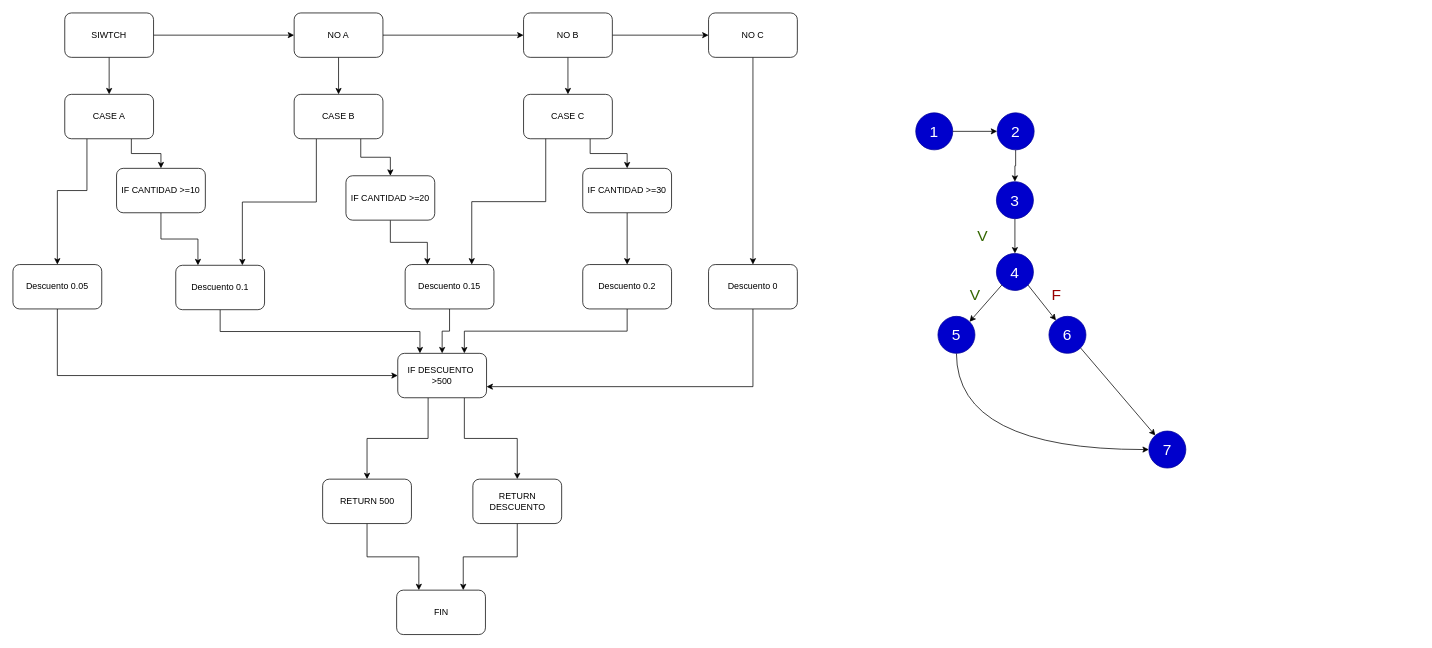
The draw.io diagram Diagrama SWITCH.drawio in JamartinezSanAlberto/Diagramas, before the edit. Source tidied: cells renumbered, new cells numbered last; positions are measured from the earlier drawing's top-left corner, leaving out a move shared by most shapes. Both pictures are drawn from the tidied source at 74%, with x=0, y=0 at pixel (13, 13).
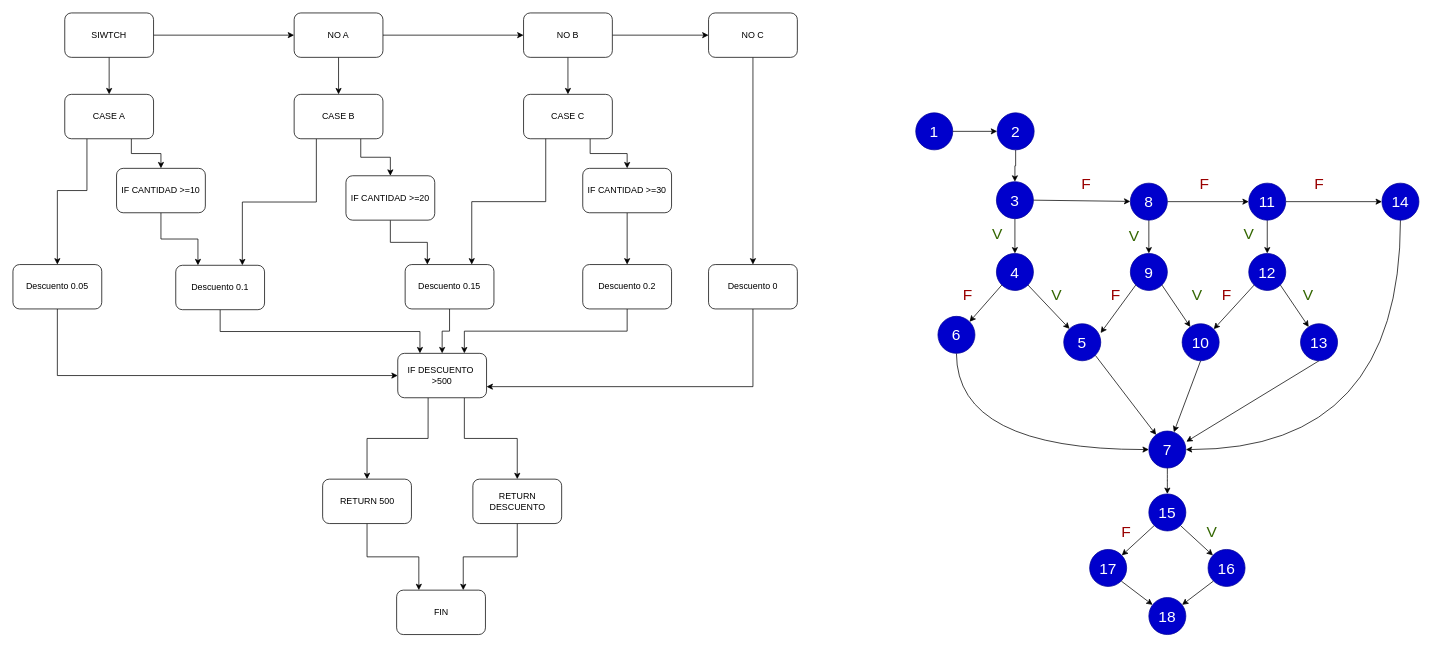
Above is the later version.

Unchanged cells that the change refers to:
```xml
<mxCell id="51" value="&lt;font color=&quot;#ffffff&quot; style=&quot;font-size: 21px;&quot;&gt;3&lt;/font&gt;" style="ellipse;whiteSpace=wrap;html=1;strokeColor=#000099;fillColor=#0000CC;fontSize=21;fontColor=#FFFFFF;" parent="1" vertex="1">
  <mxGeometry x="1329" y="228" width="50" height="50" as="geometry" />
</mxCell>
<mxCell id="61" value="&lt;font color=&quot;#ffffff&quot; style=&quot;font-size: 21px;&quot;&gt;7&lt;/font&gt;" style="ellipse;whiteSpace=wrap;html=1;strokeColor=#000099;fillColor=#0000CC;fontSize=21;fontColor=#FFFFFF;" parent="1" vertex="1">
  <mxGeometry x="1535" y="565" width="50" height="50" as="geometry" />
</mxCell>
```

Change to the diagram source:
```diff
@@
+    <mxCell id="63" style="rounded=0;jettySize=auto;html=1;exitX=1;exitY=0.5;exitDx=0;exitDy=0;" parent="1" edge="1" source="51" target="67">
+      <mxGeometry relative="1" as="geometry" />
+    </mxCell>
@@
-    <mxCell id="56" value="&lt;font color=&quot;#ffffff&quot; style=&quot;font-size: 21px;&quot;&gt;5&lt;/font&gt;" style="ellipse;whiteSpace=wrap;html=1;strokeColor=#000099;fillColor=#0000CC;fontSize=21;fontColor=#FFFFFF;" parent="1" vertex="1">
+    <mxCell id="56" value="&lt;font color=&quot;#ffffff&quot; style=&quot;font-size: 21px;&quot;&gt;6&lt;/font&gt;" style="ellipse;whiteSpace=wrap;html=1;strokeColor=#000099;fillColor=#0000CC;fontSize=21;fontColor=#FFFFFF;" parent="1" vertex="1">
       <mxGeometry x="1250" y="410" width="50" height="50" as="geometry" />
     </mxCell>
@@
-    <mxCell id="58" value="&lt;font color=&quot;#ffffff&quot; style=&quot;font-size: 21px;&quot;&gt;6&lt;/font&gt;" style="ellipse;whiteSpace=wrap;html=1;strokeColor=#000099;fillColor=#0000CC;fontSize=21;fontColor=#FFFFFF;" parent="1" vertex="1">
-      <mxGeometry x="1400" y="410" width="50" height="50" as="geometry" />
+    <mxCell id="58" value="&lt;font color=&quot;#ffffff&quot; style=&quot;font-size: 21px;&quot;&gt;5&lt;/font&gt;" style="ellipse;whiteSpace=wrap;html=1;strokeColor=#000099;fillColor=#0000CC;fontSize=21;fontColor=#FFFFFF;" parent="1" vertex="1">
+      <mxGeometry x="1420" y="420" width="50" height="50" as="geometry" />
     </mxCell>
     <mxCell id="59" value="&lt;font color=&quot;#336600&quot;&gt;V&lt;/font&gt;" style="text;html=1;align=center;verticalAlign=middle;strokeColor=none;fillColor=none;fontSize=21;fontColor=#FFFFFF;" parent="1" vertex="1">
-      <mxGeometry x="1280" y="361" width="40" height="40" as="geometry" />
+      <mxGeometry x="1390" y="360" width="40" height="40" as="geometry" />
     </mxCell>
     <mxCell id="60" value="&lt;font color=&quot;#990000&quot;&gt;F&lt;/font&gt;" style="text;html=1;align=center;verticalAlign=middle;strokeColor=none;fillColor=none;fontSize=21;fontColor=#336600;" parent="1" vertex="1">
-      <mxGeometry x="1390" y="360" width="40" height="40" as="geometry" />
+      <mxGeometry x="1270" y="360" width="40" height="40" as="geometry" />
     </mxCell>
+    <mxCell id="64" style="edgeStyle=orthogonalEdgeStyle;curved=1;rounded=0;jettySize=auto;html=1;exitX=0.5;exitY=1;exitDx=0;exitDy=0;" parent="1" edge="1" source="61" target="94">
+      <mxGeometry relative="1" as="geometry" />
+    </mxCell>
@@
     <mxCell id="62" value="&lt;font color=&quot;#336600&quot;&gt;V&lt;/font&gt;" style="text;html=1;align=center;verticalAlign=middle;strokeColor=none;fillColor=none;fontSize=21;fontColor=#FFFFFF;" parent="1" vertex="1">
-      <mxGeometry x="1290" y="280" width="40" height="40" as="geometry" />
+      <mxGeometry x="1310" y="278" width="40" height="40" as="geometry" />
     </mxCell>
+    <mxCell id="65" style="edgeStyle=none;rounded=0;jettySize=auto;html=1;exitX=0.5;exitY=1;exitDx=0;exitDy=0;" parent="1" edge="1" source="67" target="70">
+      <mxGeometry relative="1" as="geometry" />
+    </mxCell>
+    <mxCell id="66" style="edgeStyle=none;rounded=0;jettySize=auto;html=1;exitX=1;exitY=0.5;exitDx=0;exitDy=0;" parent="1" edge="1" source="67" target="78">
+      <mxGeometry relative="1" as="geometry" />
+    </mxCell>
+    <mxCell id="67" value="&lt;font color=&quot;#ffffff&quot; style=&quot;font-size: 21px;&quot;&gt;8&lt;/font&gt;" style="ellipse;whiteSpace=wrap;html=1;strokeColor=#000099;fillColor=#0000CC;fontSize=21;fontColor=#FFFFFF;" parent="1" vertex="1">
+      <mxGeometry x="1510" y="230" width="50" height="50" as="geometry" />
+    </mxCell>
+    <mxCell id="68" style="edgeStyle=none;rounded=0;jettySize=auto;html=1;exitX=0;exitY=1;exitDx=0;exitDy=0;entryX=0.997;entryY=0.251;entryDx=0;entryDy=0;entryPerimeter=0;" parent="1" edge="1" source="70" target="58">
+      <mxGeometry relative="1" as="geometry" />
+    </mxCell>
+    <mxCell id="69" style="edgeStyle=none;rounded=0;jettySize=auto;html=1;exitX=1;exitY=1;exitDx=0;exitDy=0;" parent="1" edge="1" source="70" target="73">
+      <mxGeometry relative="1" as="geometry" />
+    </mxCell>
+    <mxCell id="70" value="&lt;font color=&quot;#ffffff&quot; style=&quot;font-size: 21px;&quot;&gt;9&lt;/font&gt;" style="ellipse;whiteSpace=wrap;html=1;strokeColor=#000099;fillColor=#0000CC;fontSize=21;fontColor=#FFFFFF;" parent="1" vertex="1">
+      <mxGeometry x="1510" y="325" width="50" height="50" as="geometry" />
+    </mxCell>
+    <mxCell id="71" value="&lt;font color=&quot;#990000&quot;&gt;F&lt;/font&gt;" style="text;html=1;align=center;verticalAlign=middle;strokeColor=none;fillColor=none;fontSize=21;fontColor=#336600;" parent="1" vertex="1">
+      <mxGeometry x="1470" y="361" width="40" height="40" as="geometry" />
+    </mxCell>
+    <mxCell id="72" style="edgeStyle=none;rounded=0;jettySize=auto;html=1;exitX=0.5;exitY=1;exitDx=0;exitDy=0;" parent="1" edge="1" source="73" target="61">
+      <mxGeometry relative="1" as="geometry" />
+    </mxCell>
+    <mxCell id="73" value="&lt;font color=&quot;#ffffff&quot; style=&quot;font-size: 21px;&quot;&gt;10&lt;/font&gt;" style="ellipse;whiteSpace=wrap;html=1;strokeColor=#000099;fillColor=#0000CC;fontSize=21;fontColor=#FFFFFF;" parent="1" vertex="1">
+      <mxGeometry x="1580" y="420" width="50" height="50" as="geometry" />
+    </mxCell>
+    <mxCell id="74" value="&lt;font color=&quot;#336600&quot;&gt;V&lt;/font&gt;" style="text;html=1;align=center;verticalAlign=middle;strokeColor=none;fillColor=none;fontSize=21;fontColor=#FFFFFF;" parent="1" vertex="1">
+      <mxGeometry x="1580" y="361" width="40" height="40" as="geometry" />
+    </mxCell>
+    <mxCell id="75" value="&lt;font color=&quot;#990000&quot;&gt;F&lt;/font&gt;" style="text;html=1;align=center;verticalAlign=middle;strokeColor=none;fillColor=none;fontSize=21;fontColor=#336600;" parent="1" vertex="1">
+      <mxGeometry x="1430" y="210" width="40" height="40" as="geometry" />
+    </mxCell>
+    <mxCell id="76" style="edgeStyle=none;rounded=0;jettySize=auto;html=1;exitX=0.5;exitY=1;exitDx=0;exitDy=0;" parent="1" edge="1" source="78" target="81">
+      <mxGeometry relative="1" as="geometry" />
+    </mxCell>
+    <mxCell id="77" style="edgeStyle=none;rounded=0;jettySize=auto;html=1;exitX=1;exitY=0.5;exitDx=0;exitDy=0;" parent="1" edge="1" source="78" target="90">
+      <mxGeometry relative="1" as="geometry" />
+    </mxCell>
+    <mxCell id="78" value="&lt;font color=&quot;#ffffff&quot; style=&quot;font-size: 21px;&quot;&gt;11&lt;/font&gt;" style="ellipse;whiteSpace=wrap;html=1;strokeColor=#000099;fillColor=#0000CC;fontSize=21;fontColor=#FFFFFF;" parent="1" vertex="1">
+      <mxGeometry x="1670" y="230" width="50" height="50" as="geometry" />
+    </mxCell>
+    <mxCell id="79" style="edgeStyle=none;rounded=0;jettySize=auto;html=1;exitX=0;exitY=1;exitDx=0;exitDy=0;entryX=1;entryY=0;entryDx=0;entryDy=0;" parent="1" edge="1" source="81" target="73">
+      <mxGeometry relative="1" as="geometry" />
+    </mxCell>
+    <mxCell id="80" style="edgeStyle=none;rounded=0;jettySize=auto;html=1;exitX=1;exitY=1;exitDx=0;exitDy=0;" parent="1" edge="1" source="81" target="84">
+      <mxGeometry relative="1" as="geometry" />
+    </mxCell>
+    <mxCell id="81" value="&lt;font color=&quot;#ffffff&quot; style=&quot;font-size: 21px;&quot;&gt;12&lt;/font&gt;" style="ellipse;whiteSpace=wrap;html=1;strokeColor=#000099;fillColor=#0000CC;fontSize=21;fontColor=#FFFFFF;" parent="1" vertex="1">
+      <mxGeometry x="1670" y="325" width="50" height="50" as="geometry" />
+    </mxCell>
+    <mxCell id="82" value="&lt;font color=&quot;#990000&quot;&gt;F&lt;/font&gt;" style="text;html=1;align=center;verticalAlign=middle;strokeColor=none;fillColor=none;fontSize=21;fontColor=#336600;" parent="1" vertex="1">
+      <mxGeometry x="1620" y="361" width="40" height="40" as="geometry" />
+    </mxCell>
+    <mxCell id="83" style="edgeStyle=none;rounded=0;jettySize=auto;html=1;exitX=0.5;exitY=1;exitDx=0;exitDy=0;entryX=1.013;entryY=0.287;entryDx=0;entryDy=0;entryPerimeter=0;" parent="1" edge="1" source="84" target="61">
+      <mxGeometry relative="1" as="geometry" />
+    </mxCell>
+    <mxCell id="84" value="&lt;font color=&quot;#ffffff&quot; style=&quot;font-size: 21px;&quot;&gt;13&lt;/font&gt;" style="ellipse;whiteSpace=wrap;html=1;strokeColor=#000099;fillColor=#0000CC;fontSize=21;fontColor=#FFFFFF;" parent="1" vertex="1">
+      <mxGeometry x="1740" y="420" width="50" height="50" as="geometry" />
+    </mxCell>
+    <mxCell id="85" value="&lt;font color=&quot;#336600&quot;&gt;V&lt;/font&gt;" style="text;html=1;align=center;verticalAlign=middle;strokeColor=none;fillColor=none;fontSize=21;fontColor=#FFFFFF;" parent="1" vertex="1">
+      <mxGeometry x="1730" y="360" width="40" height="40" as="geometry" />
+    </mxCell>
+    <mxCell id="86" value="&lt;font color=&quot;#990000&quot;&gt;F&lt;/font&gt;" style="text;html=1;align=center;verticalAlign=middle;strokeColor=none;fillColor=none;fontSize=21;fontColor=#336600;" parent="1" vertex="1">
+      <mxGeometry x="1590" y="210" width="40" height="40" as="geometry" />
+    </mxCell>
+    <mxCell id="87" value="&lt;font color=&quot;#336600&quot;&gt;V&lt;/font&gt;" style="text;html=1;align=center;verticalAlign=middle;strokeColor=none;fillColor=none;fontSize=21;fontColor=#FFFFFF;" parent="1" vertex="1">
+      <mxGeometry x="1495" y="280" width="40" height="40" as="geometry" />
+    </mxCell>
+    <mxCell id="88" value="&lt;font color=&quot;#336600&quot;&gt;V&lt;/font&gt;" style="text;html=1;align=center;verticalAlign=middle;strokeColor=none;fillColor=none;fontSize=21;fontColor=#FFFFFF;" parent="1" vertex="1">
+      <mxGeometry x="1650" y="278" width="40" height="40" as="geometry" />
+    </mxCell>
+    <mxCell id="89" style="edgeStyle=orthogonalEdgeStyle;curved=1;rounded=0;jettySize=auto;html=1;exitX=0.5;exitY=1;exitDx=0;exitDy=0;entryX=1;entryY=0.5;entryDx=0;entryDy=0;" parent="1" edge="1" source="90" target="61">
+      <mxGeometry relative="1" as="geometry" />
+    </mxCell>
+    <mxCell id="90" value="&lt;font color=&quot;#ffffff&quot; style=&quot;font-size: 21px;&quot;&gt;14&lt;/font&gt;" style="ellipse;whiteSpace=wrap;html=1;strokeColor=#000099;fillColor=#0000CC;fontSize=21;fontColor=#FFFFFF;" parent="1" vertex="1">
+      <mxGeometry x="1850" y="230" width="50" height="50" as="geometry" />
+    </mxCell>
+    <mxCell id="91" value="&lt;font color=&quot;#990000&quot;&gt;F&lt;/font&gt;" style="text;html=1;align=center;verticalAlign=middle;strokeColor=none;fillColor=none;fontSize=21;fontColor=#336600;" parent="1" vertex="1">
+      <mxGeometry x="1745" y="210" width="40" height="40" as="geometry" />
+    </mxCell>
+    <mxCell id="92" style="rounded=0;jettySize=auto;html=1;exitX=0;exitY=1;exitDx=0;exitDy=0;" parent="1" edge="1" source="94" target="96">
+      <mxGeometry relative="1" as="geometry" />
+    </mxCell>
+    <mxCell id="93" style="rounded=0;jettySize=auto;html=1;exitX=1;exitY=1;exitDx=0;exitDy=0;" parent="1" edge="1" source="94" target="98">
+      <mxGeometry relative="1" as="geometry" />
+    </mxCell>
+    <mxCell id="94" value="&lt;font color=&quot;#ffffff&quot; style=&quot;font-size: 21px;&quot;&gt;15&lt;/font&gt;" style="ellipse;whiteSpace=wrap;html=1;strokeColor=#000099;fillColor=#0000CC;fontSize=21;fontColor=#FFFFFF;" parent="1" vertex="1">
+      <mxGeometry x="1535" y="650" width="50" height="50" as="geometry" />
+    </mxCell>
+    <mxCell id="95" style="edgeStyle=none;rounded=0;jettySize=auto;html=1;exitX=1;exitY=1;exitDx=0;exitDy=0;" parent="1" edge="1" source="96" target="101">
+      <mxGeometry relative="1" as="geometry" />
+    </mxCell>
+    <mxCell id="96" value="&lt;font color=&quot;#ffffff&quot; style=&quot;font-size: 21px;&quot;&gt;17&lt;/font&gt;" style="ellipse;whiteSpace=wrap;html=1;strokeColor=#000099;fillColor=#0000CC;fontSize=21;fontColor=#FFFFFF;" parent="1" vertex="1">
+      <mxGeometry x="1455" y="725" width="50" height="50" as="geometry" />
+    </mxCell>
+    <mxCell id="97" style="edgeStyle=none;rounded=0;jettySize=auto;html=1;exitX=0;exitY=1;exitDx=0;exitDy=0;" parent="1" edge="1" source="98" target="101">
+      <mxGeometry relative="1" as="geometry" />
+    </mxCell>
+    <mxCell id="98" value="&lt;font color=&quot;#ffffff&quot; style=&quot;font-size: 21px;&quot;&gt;16&lt;/font&gt;" style="ellipse;whiteSpace=wrap;html=1;strokeColor=#000099;fillColor=#0000CC;fontSize=21;fontColor=#FFFFFF;" parent="1" vertex="1">
+      <mxGeometry x="1615" y="725" width="50" height="50" as="geometry" />
+    </mxCell>
+    <mxCell id="99" value="&lt;font color=&quot;#990000&quot;&gt;F&lt;/font&gt;" style="text;html=1;align=center;verticalAlign=middle;strokeColor=none;fillColor=none;fontSize=21;fontColor=#336600;" parent="1" vertex="1">
+      <mxGeometry x="1484" y="680" width="40" height="40" as="geometry" />
+    </mxCell>
+    <mxCell id="100" value="&lt;font color=&quot;#336600&quot;&gt;V&lt;/font&gt;" style="text;html=1;align=center;verticalAlign=middle;strokeColor=none;fillColor=none;fontSize=21;fontColor=#FFFFFF;" parent="1" vertex="1">
+      <mxGeometry x="1600" y="680" width="40" height="40" as="geometry" />
+    </mxCell>
+    <mxCell id="101" value="&lt;font color=&quot;#ffffff&quot; style=&quot;font-size: 21px;&quot;&gt;18&lt;/font&gt;" style="ellipse;whiteSpace=wrap;html=1;strokeColor=#000099;fillColor=#0000CC;fontSize=21;fontColor=#FFFFFF;" parent="1" vertex="1">
+      <mxGeometry x="1535" y="790" width="50" height="50" as="geometry" />
+    </mxCell>
```
